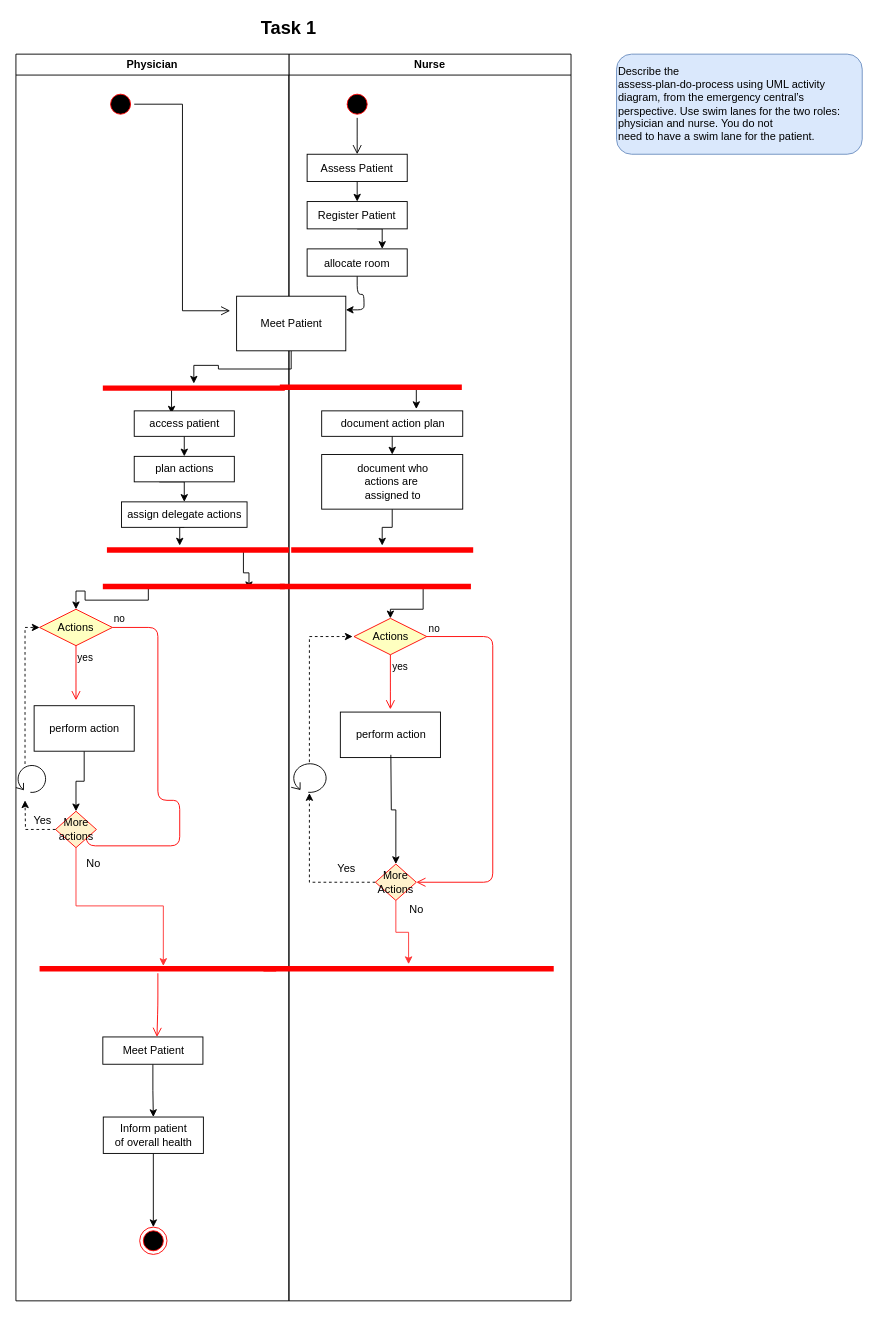
Before: m-t-1.drawio in kestersimm/drawio, a draw.io diagram. Source tidied: cells renumbered, new cells numbered last; positions are measured from the earlier drawing's top-left corner, leaving out a move shared by most shapes. Both pictures are drawn from the tidied source at 91%, with x=0, y=0 at pixel (15, 17).
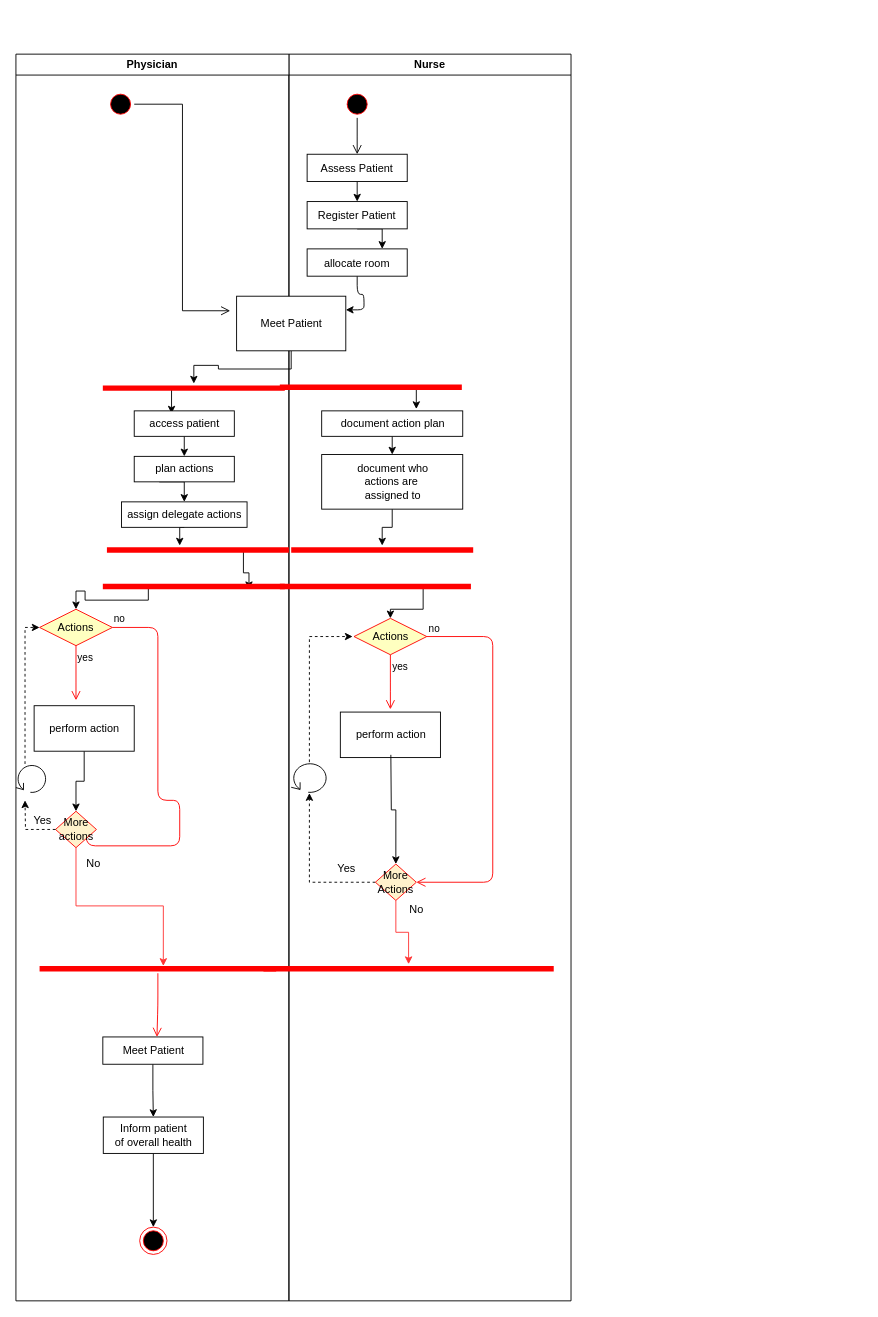
The same diagram, later.

The edit, as a diff of the source:
```diff
@@
-    <mxCell id="67" value="&lt;p class=&quot;MsoNormal&quot;&gt;&lt;span lang=&quot;EN-US&quot;&gt;Describe the&lt;br&gt;assess-plan-do-process using UML activity diagram, from the emergency central’s&lt;br&gt;perspective. Use swim lanes for the two roles: physician and nurse. You do not&lt;br&gt;need to have a swim lane for the patient.&lt;/span&gt;&lt;/p&gt;" style="rounded=1;whiteSpace=wrap;html=1;fillColor=#dae8fc;strokeColor=#6c8ebf;align=left;" parent="1" vertex="1">
-      <mxGeometry x="660" y="40" width="270" height="110" as="geometry" />
-    </mxCell>
-    <mxCell id="68" value="&lt;b&gt;&lt;font style=&quot;font-size: 20px&quot;&gt;Task 1&lt;/font&gt;&lt;/b&gt;" style="text;html=1;strokeColor=none;fillColor=none;align=center;verticalAlign=middle;whiteSpace=wrap;rounded=0;" parent="1" vertex="1">
-      <mxGeometry x="205" width="190" height="20" as="geometry" />
-    </mxCell>
```
